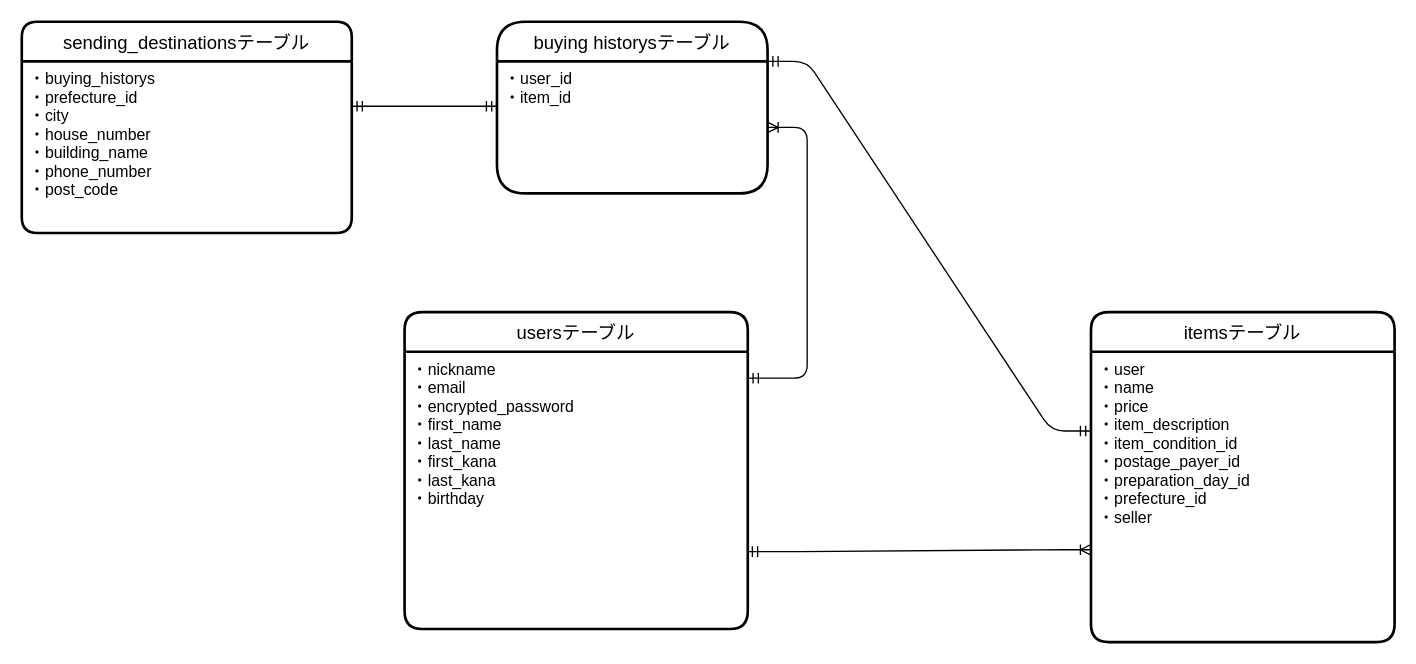
Above: frima.dio in riko38407/furima-38407 (draw.io), before the change. Source tidied: cells renumbered, new cells numbered last; positions are measured from the earlier drawing's top-left corner, leaving out a move shared by most shapes. Both pictures are drawn from the tidied source at 132%, with x=0, y=0 at pixel (21, 21).
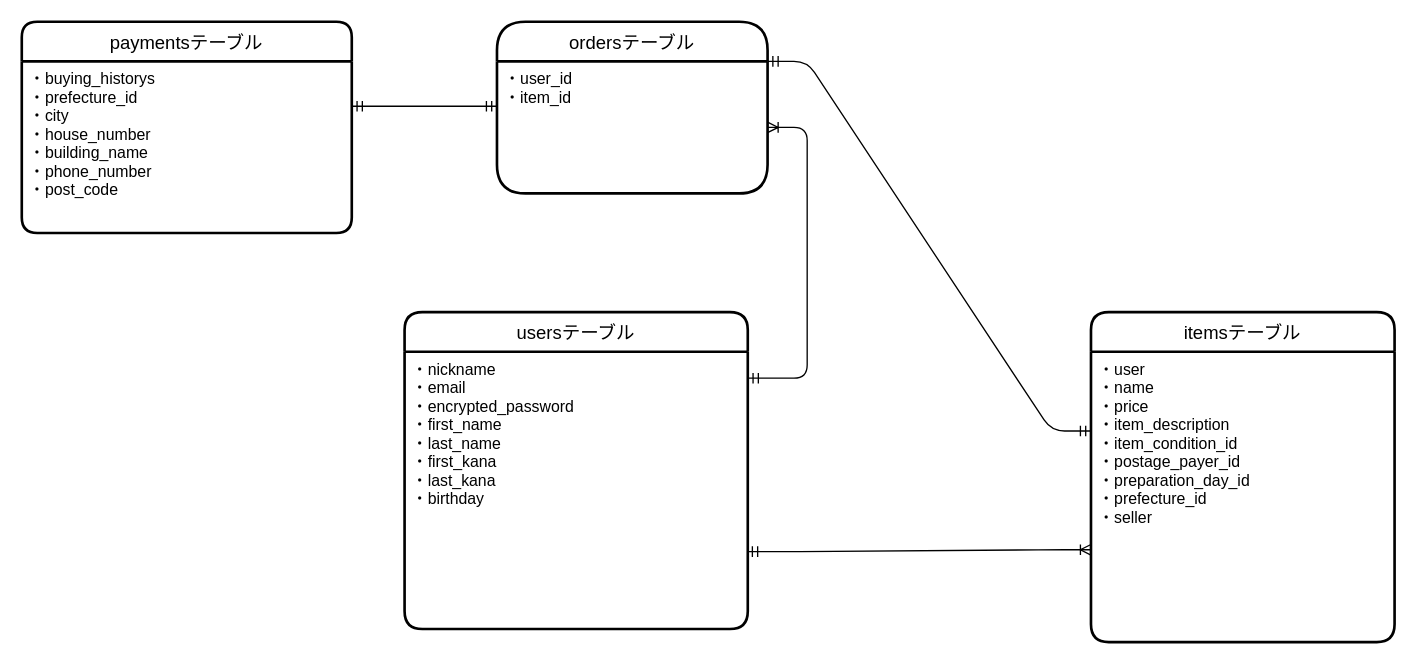
Above is the later version.

Diff of the diagram source:
```diff
@@
 <mxGraphModel>
   <root>
     <mxCell id="0" />
     <mxCell id="1" parent="0" />
     <mxCell id="2" value="usersテーブル" style="swimlane;horizontal=1;startSize=30;rounded=1;fontSize=14;fontStyle=0;strokeWidth=2;shadow=0;dashed=0;align=center;" parent="1" vertex="1">
       <mxGeometry x="290" y="220" width="260" height="240" as="geometry" />
     </mxCell>
     <mxCell id="3" value="・nickname&#10;・email&#10;・encrypted_password&#10;・first_name&#10;・last_name&#10;・first_kana&#10;・last_kana&#10;・birthday&#10;&#10;" style="align=left;strokeColor=none;fillColor=none;spacingLeft=4;fontSize=12;verticalAlign=top;" parent="2" vertex="1">
       <mxGeometry y="30" width="260" height="210" as="geometry" />
     </mxCell>
     <mxCell id="4" value="itemsテーブル" style="swimlane;horizontal=1;startSize=30;rounded=1;fontSize=14;fontStyle=0;strokeWidth=2;shadow=0;dashed=0;align=center;" parent="1" vertex="1">
       <mxGeometry x="810" y="220" width="230" height="250" as="geometry" />
     </mxCell>
     <mxCell id="5" value="・user&#10;・name&#10;・price&#10;・item_description&#10;・item_condition_id&#10;・postage_payer_id&#10;・preparation_day_id&#10;・prefecture_id&#10;・seller&#10;&#10;" style="align=left;strokeColor=none;fillColor=none;spacingLeft=4;fontSize=12;verticalAlign=top;" parent="4" vertex="1">
       <mxGeometry y="30" width="230" height="220" as="geometry" />
     </mxCell>
-    <mxCell id="6" value="buying historysテーブル" style="swimlane;horizontal=1;startSize=30;rounded=1;fontSize=14;fontStyle=0;strokeWidth=2;shadow=0;dashed=0;align=center;arcSize=24;" parent="1" vertex="1">
+    <mxCell id="6" value="ordersテーブル" style="swimlane;horizontal=1;startSize=30;rounded=1;fontSize=14;fontStyle=0;strokeWidth=2;shadow=0;dashed=0;align=center;arcSize=24;" parent="1" vertex="1">
       <mxGeometry x="360" width="205" height="130" as="geometry" />
     </mxCell>
     <mxCell id="7" value="・user_id&#10;・item_id&#10;" style="align=left;strokeColor=none;fillColor=none;spacingLeft=4;fontSize=12;verticalAlign=top;" parent="6" vertex="1">
       <mxGeometry y="30" width="205" height="100" as="geometry" />
     </mxCell>
-    <mxCell id="8" value="sending_destinationsテーブル" style="swimlane;horizontal=1;startSize=30;rounded=1;fontSize=14;fontStyle=0;strokeWidth=2;shadow=0;dashed=0;align=center;arcSize=13;" parent="1" vertex="1">
+    <mxCell id="8" value="paymentsテーブル" style="swimlane;horizontal=1;startSize=30;rounded=1;fontSize=14;fontStyle=0;strokeWidth=2;shadow=0;dashed=0;align=center;arcSize=13;" parent="1" vertex="1">
       <mxGeometry width="250" height="160" as="geometry" />
     </mxCell>
     <mxCell id="9" value="・buying_historys&#10;・prefecture_id&#10;・city&#10;・house_number&#10;・building_name&#10;・phone_number&#10;・post_code" style="align=left;strokeColor=none;fillColor=none;spacingLeft=4;fontSize=12;verticalAlign=top;" parent="8" vertex="1">
       <mxGeometry y="30" width="250" height="130" as="geometry" />
     </mxCell>
     <mxCell id="10" style="edgeStyle=entityRelationEdgeStyle;fontSize=12;html=1;endArrow=ERoneToMany;startArrow=ERmandOne;exitX=0.998;exitY=0.721;exitDx=0;exitDy=0;exitPerimeter=0;" parent="1" edge="1" source="3">
       <mxGeometry relative="1" as="geometry">
         <mxPoint x="810" y="400" as="targetPoint" />
       </mxGeometry>
     </mxCell>
     <mxCell id="11" style="edgeStyle=entityRelationEdgeStyle;fontSize=12;html=1;endArrow=ERoneToMany;startArrow=ERmandOne;" parent="1" edge="1" target="7">
       <mxGeometry relative="1" as="geometry">
         <mxPoint x="550" y="270" as="sourcePoint" />
       </mxGeometry>
     </mxCell>
     <mxCell id="12" style="edgeStyle=entityRelationEdgeStyle;fontSize=12;html=1;endArrow=ERmandOne;startArrow=ERmandOne;" parent="1" edge="1">
       <mxGeometry relative="1" as="geometry">
         <mxPoint x="250" y="64" as="sourcePoint" />
         <mxPoint x="360" y="64" as="targetPoint" />
       </mxGeometry>
     </mxCell>
     <mxCell id="13" style="edgeStyle=entityRelationEdgeStyle;fontSize=12;html=1;endArrow=ERmandOne;startArrow=ERmandOne;exitX=1;exitY=0;exitDx=0;exitDy=0;" parent="1" edge="1" source="7">
       <mxGeometry relative="1" as="geometry">
         <mxPoint x="810" y="310" as="targetPoint" />
       </mxGeometry>
     </mxCell>
   </root>
 </mxGraphModel>
```
